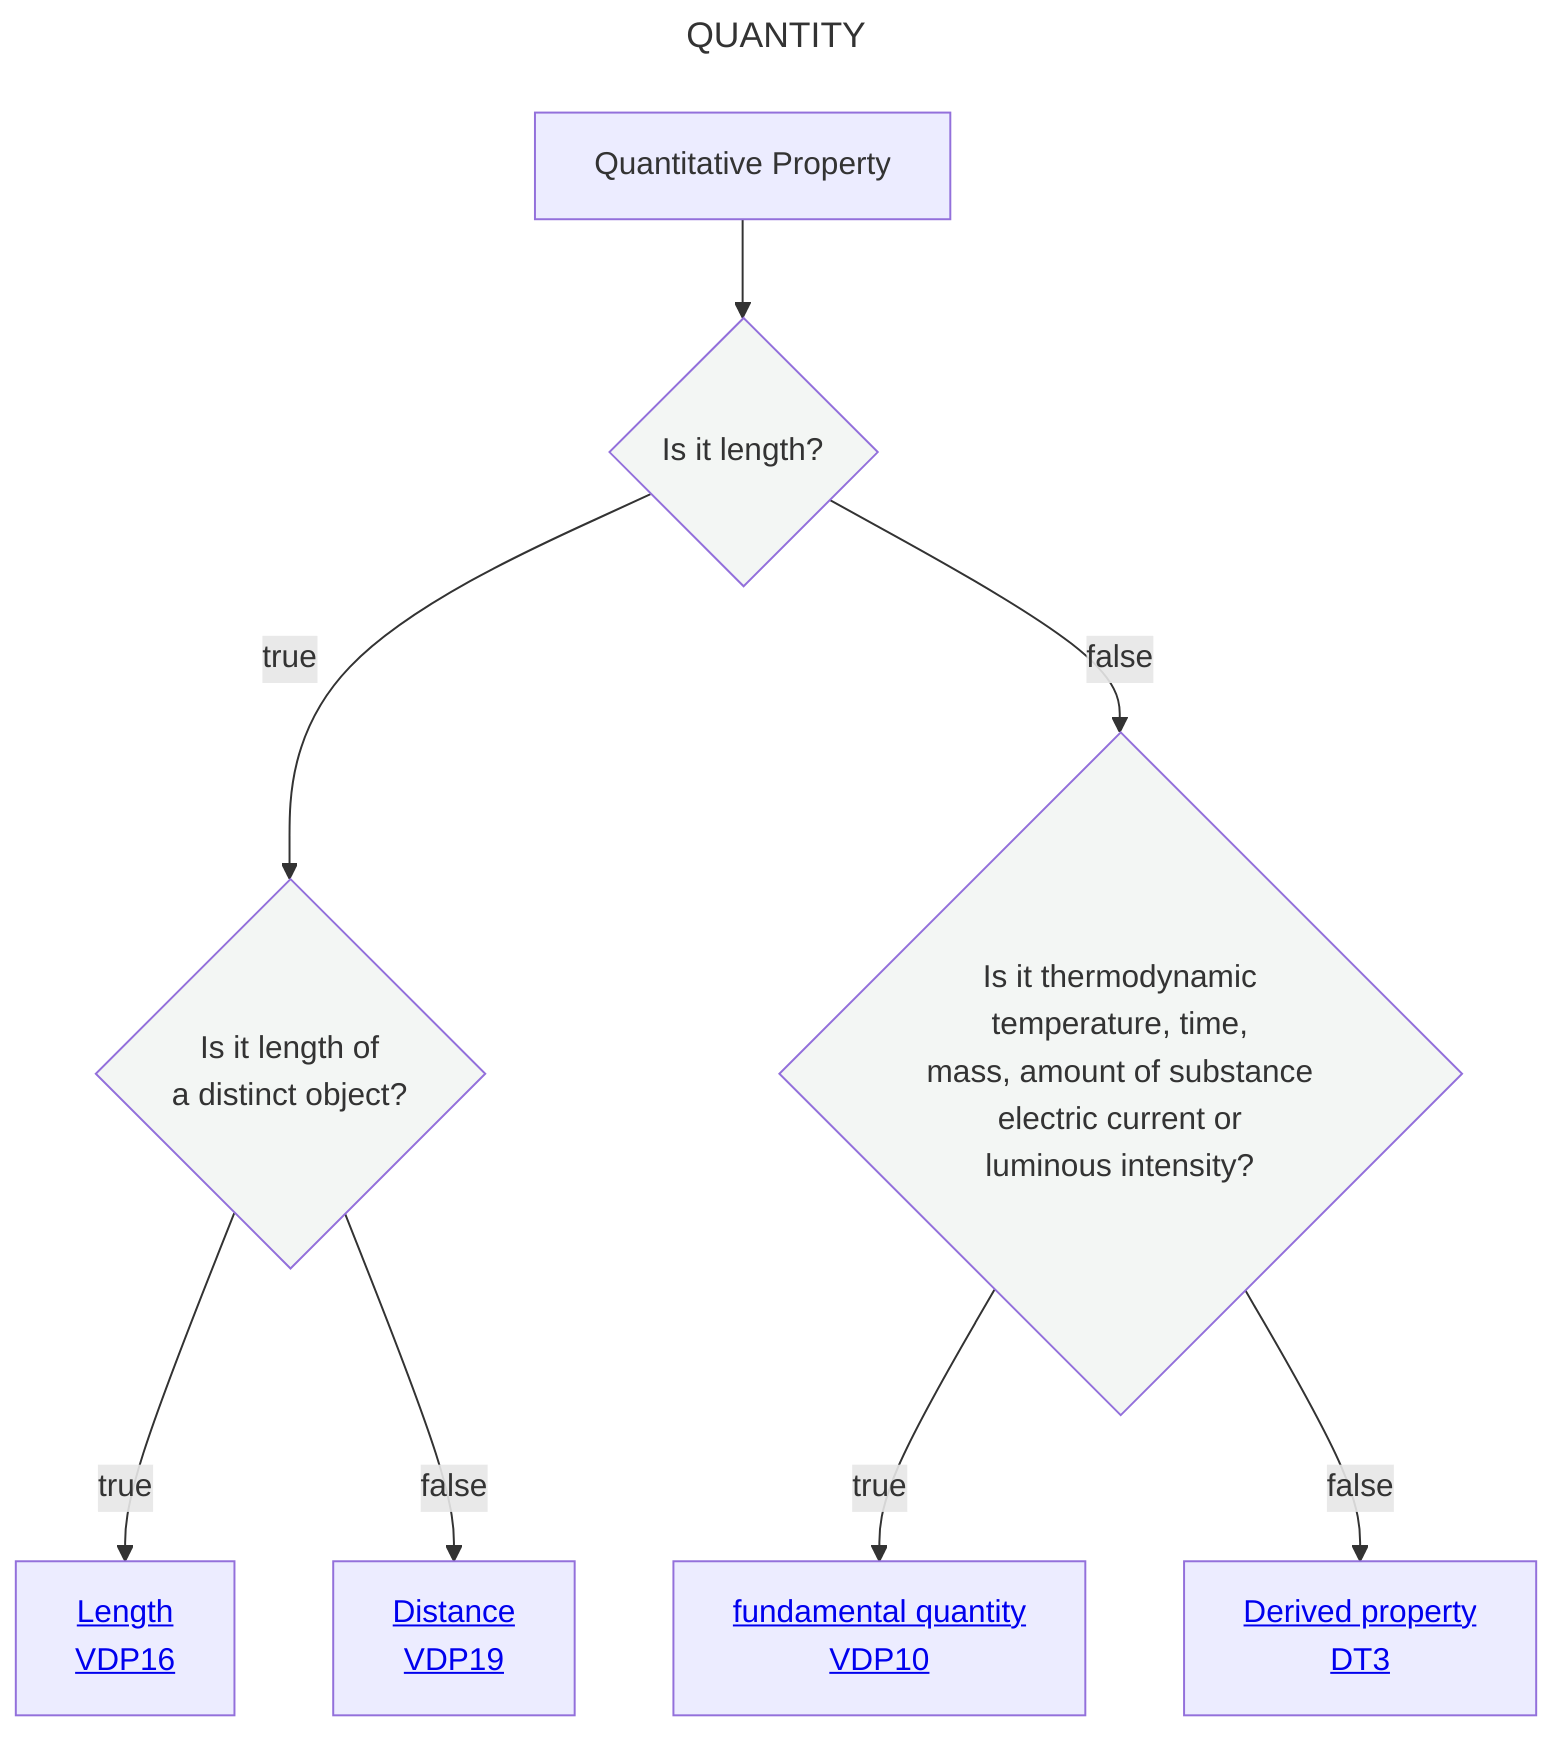
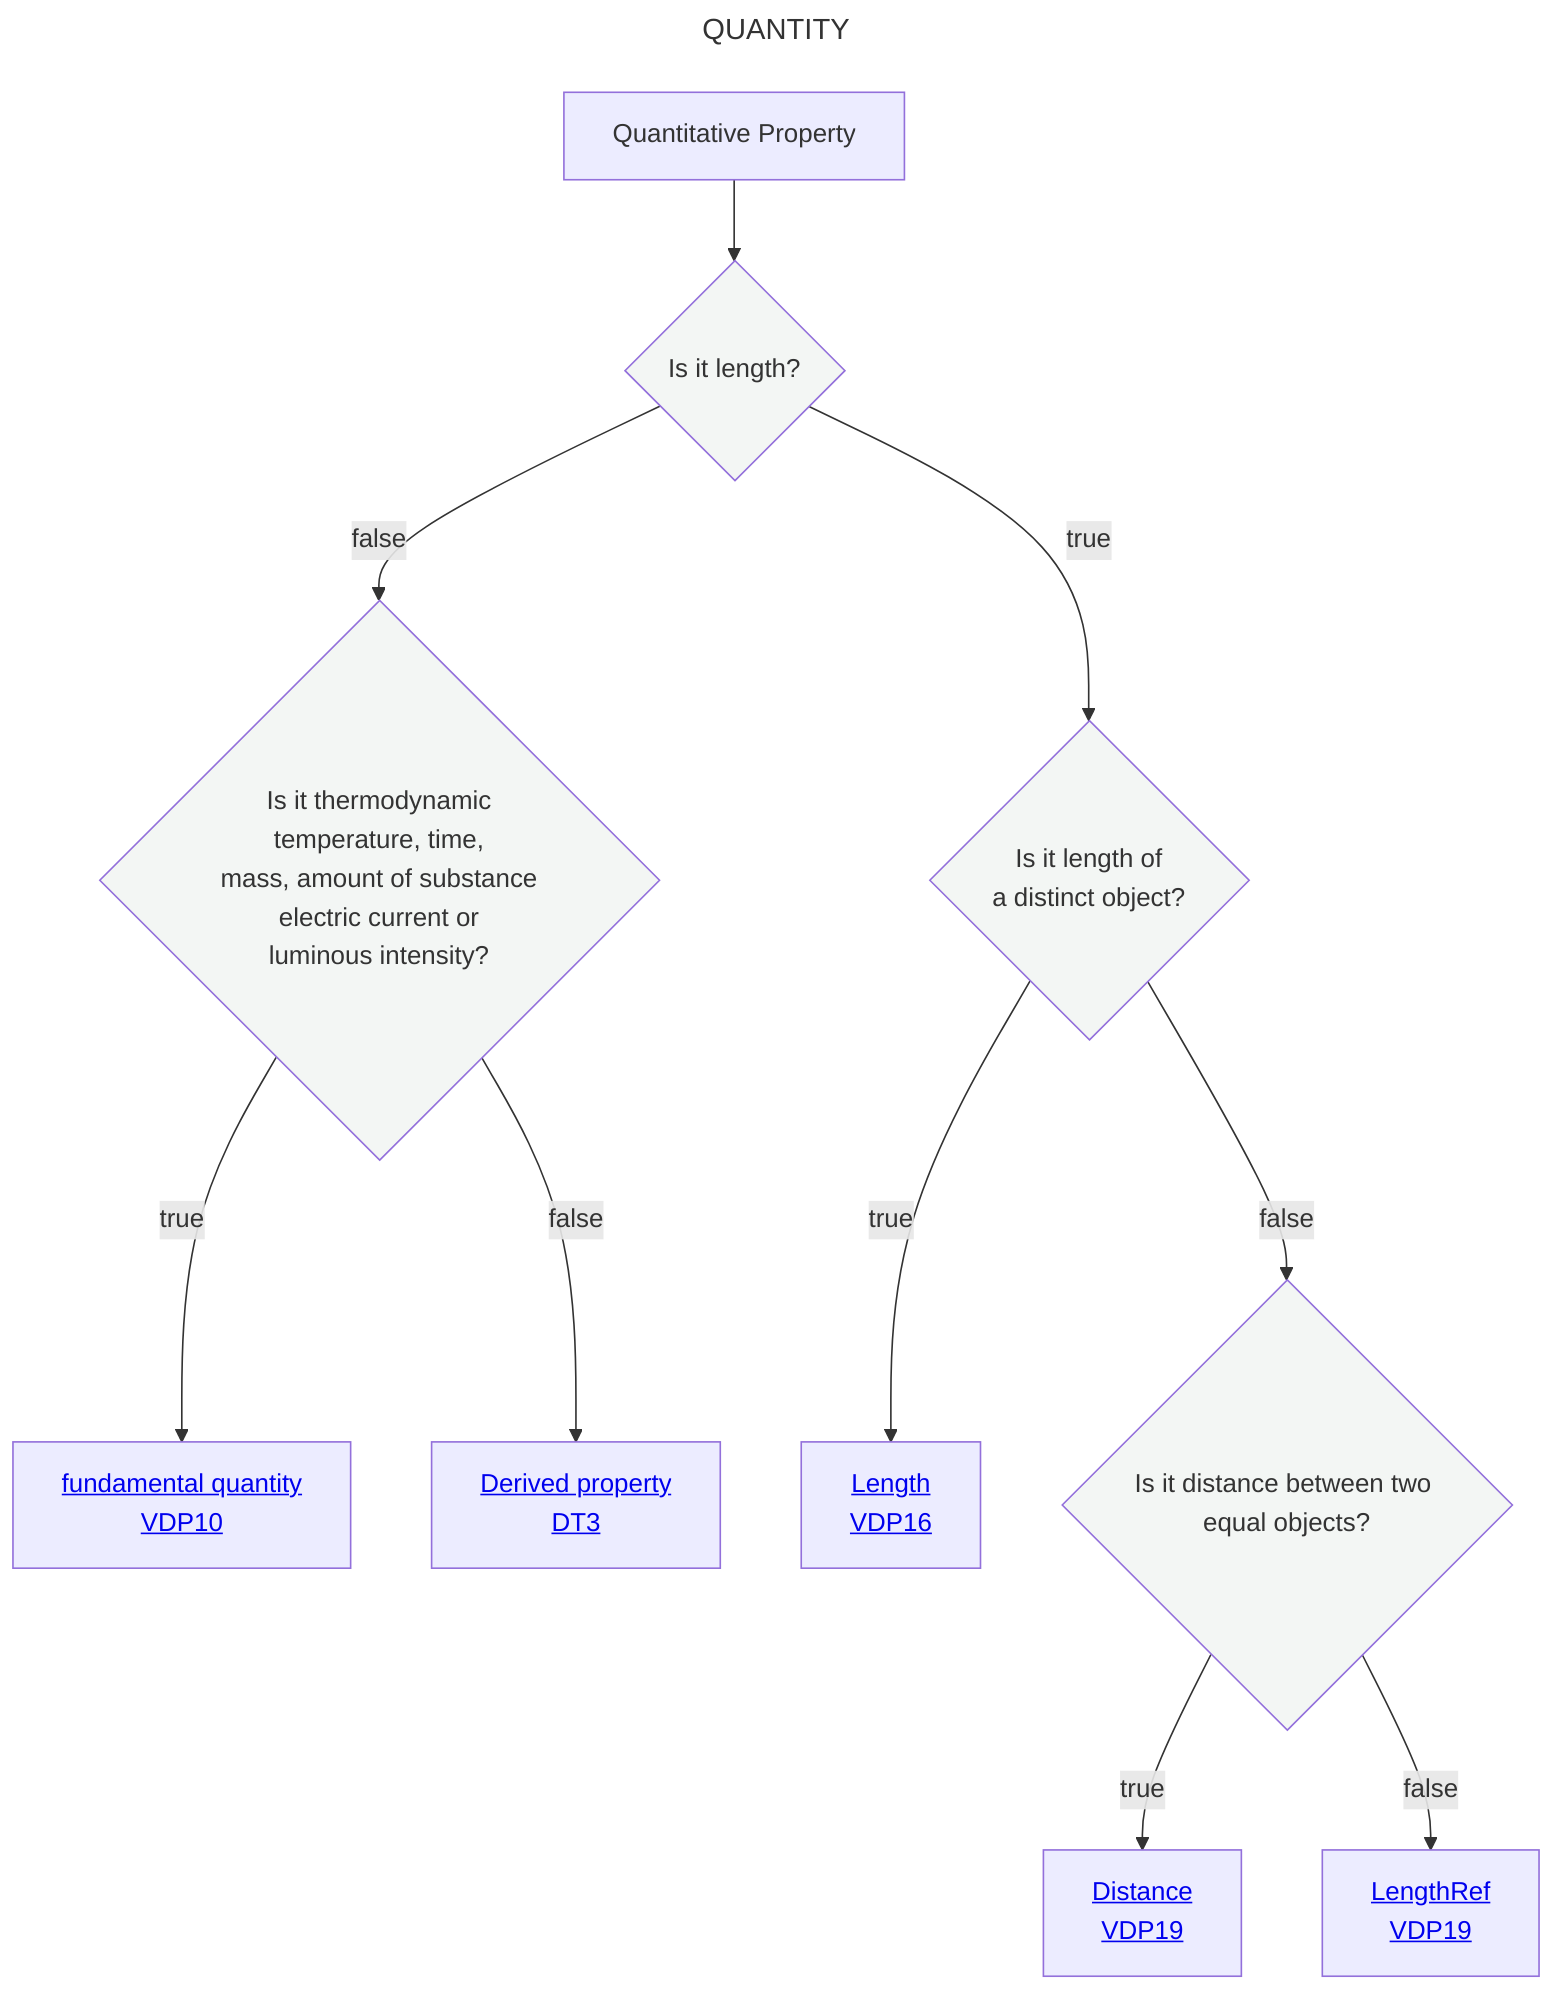
---
title: QUANTITY
---
flowchart TD
    A[Quantitative Property] --> C{Is it length?}:::white
    C --> |true|E{Is it length of <br> a distinct object?}:::white
    C --> |false|F{Is it thermodynamic <br> temperature, time,  <br> mass, amount of substance <br> electric current or <br> luminous intensity?}:::white
    F --> |true|G[<a href='https://github.com/mabablue/I-ADOPT-patterns-playground/blob/main/pattern/VDP10.yaml'>fundamental quantity <br> VDP10</a>]
    F --> |false|M[<a href='https://github.com/mabablue/I-ADOPT-patterns-playground/blob/main/Decisition_trees/DT3.mmd'>Derived property <br> DT3</a>]
    E --> |true|N[<a href='https://github.com/mabablue/I-ADOPT-patterns-playground/blob/main/pattern/VDP16.yaml'>Length <br> VDP16</a>]
-     E --> |false|O[<a href='https://github.com/mabablue/I-ADOPT-patterns-playground/blob/main/pattern/VDP19.yaml'>Distance <br> VDP19</a>]
+     E --> |false|O{Is it distance between two equal objects?}:::white
+     O --> |true|P[<a href='https://github.com/mabablue/I-ADOPT-patterns-playground/blob/main/pattern/VDP19.yaml'>Distance <br> VDP19</a>]
+     O --> |false|Q[<a href='https://github.com/mabablue/I-ADOPT-patterns-playground/blob/main/pattern/VDP19.yaml'>LengthRef <br> VDP19</a>]
   classDef blue fill:#90D5FF
   classDef satblue fill:#57B9FF
   classDef white fill:#f3f6f4
   classDef green fill:#6aa84f
